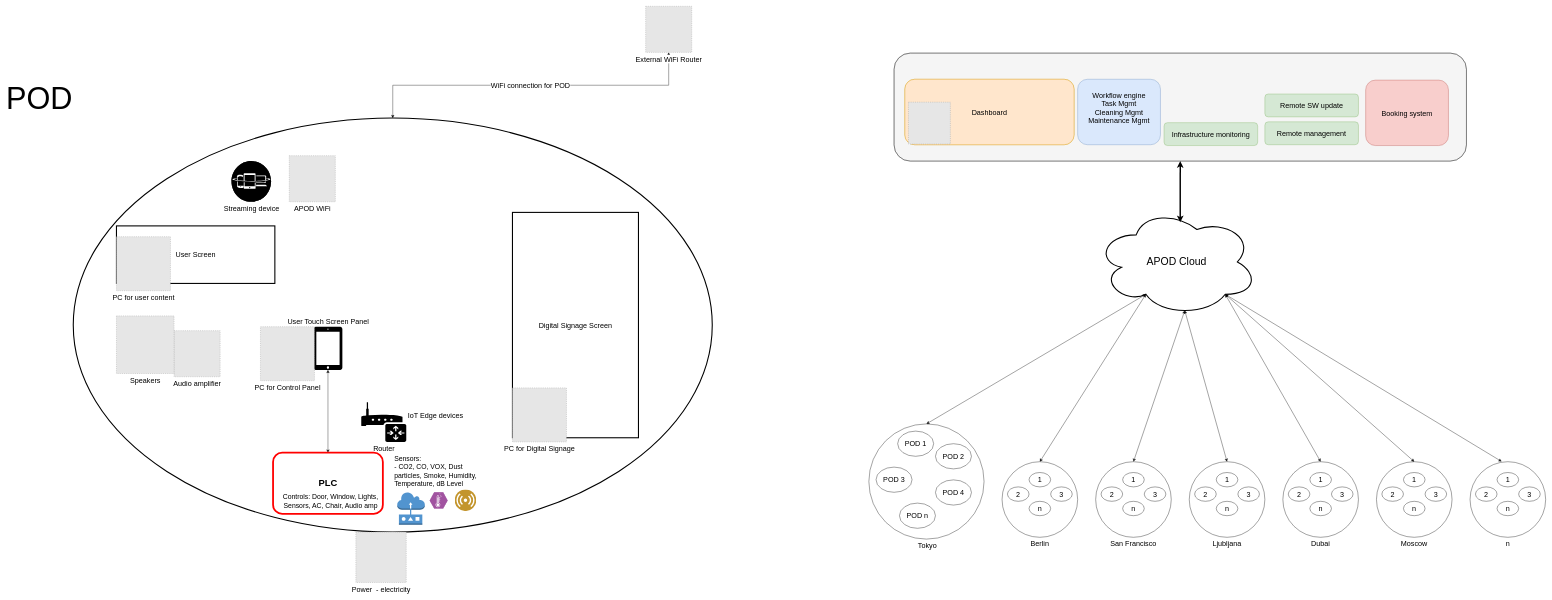
matevz-dev/Airpod keeps this draw.io diagram as AIRPOD_Diagram.drawio. Above is the earlier version. Source tidied: cells renumbered, new cells numbered last; positions are measured from the earlier drawing's top-left corner, leaving out a move shared by most shapes. Both pictures are drawn from the tidied source at 36%, with x=0, y=0 at pixel (73, 6). Pictures stored in the file or linked from it are replaced by grey dashed boxes.
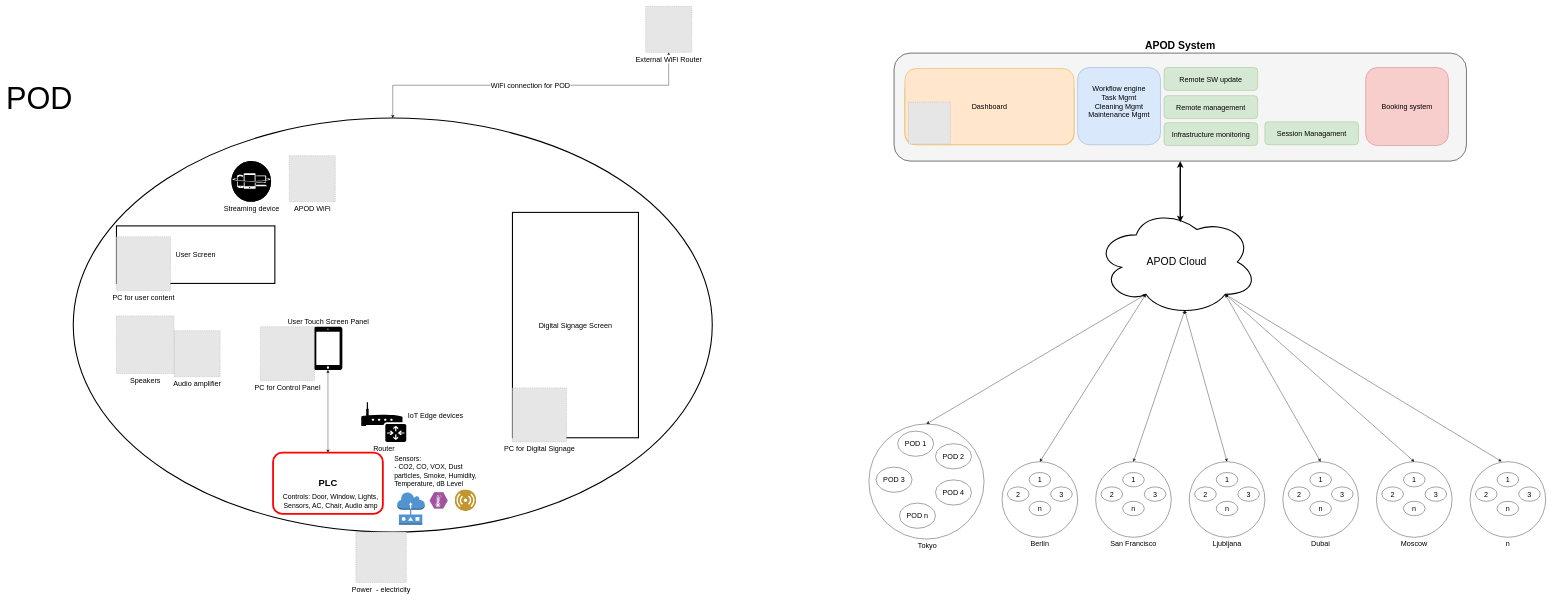
Above is the later version.

Unchanged cells that the change refers to:
```xml
<mxCell id="77" style="group;fillColor=#f5f5f5;strokeColor=#666666;fontColor=#333333;rounded=1;" parent="1" vertex="1">
  <mxGeometry x="2280" y="130" width="1590" height="300" as="geometry" />
</mxCell>
<mxCell id="79" style="group;rounded=1;fillColor=#ffe6cc;strokeColor=#d79b00;" parent="77" vertex="1">
  <mxGeometry x="30" y="72.7" width="470" height="181.8" as="geometry" />
</mxCell>
```

The edit, as a diff of the source:
```diff
@@
-    <mxCell id="78" style="rounded=1;whiteSpace=wrap;html=1;sketch=0;strokeColor=#000000;strokeWidth=1;fontSize=20;fontColor=#000000;align=center;fillColor=none;" parent="77" vertex="1">
+    <mxCell id="78" value="APOD System" style="rounded=1;whiteSpace=wrap;html=1;sketch=0;strokeColor=#000000;strokeWidth=1;fontSize=29;fontColor=#000000;align=center;fillColor=none;labelPosition=center;verticalLabelPosition=top;verticalAlign=bottom;fontStyle=1;" parent="77" vertex="1">
       <mxGeometry width="1590" height="300" as="geometry" />
     </mxCell>
@@
     <mxCell id="80" value="Dashboard" style="rounded=1;whiteSpace=wrap;html=1;sketch=0;strokeWidth=1;fontSize=20;align=center;fillColor=#ffe6cc;strokeColor=#d79b00;" parent="79" vertex="1">
-      <mxGeometry width="470" height="181.8" as="geometry" />
+      <mxGeometry y="-30" width="470" height="211.8" as="geometry" />
     </mxCell>
@@
     <mxCell id="82" value="Booking system" style="rounded=1;whiteSpace=wrap;html=1;sketch=0;strokeWidth=1;fontSize=20;align=center;fillColor=#f8cecc;strokeColor=#b85450;" parent="77" vertex="1">
-      <mxGeometry x="1310" y="75" width="230" height="181.8" as="geometry" />
+      <mxGeometry x="1310" y="40" width="230" height="216.8" as="geometry" />
     </mxCell>
     <mxCell id="83" value="Remote management" style="rounded=1;whiteSpace=wrap;html=1;sketch=0;strokeWidth=1;fontSize=20;align=center;fillColor=#d5e8d4;strokeColor=#82b366;" parent="77" vertex="1">
-      <mxGeometry x="1030" y="190.9" width="260" height="63.6" as="geometry" />
+      <mxGeometry x="750" y="118.2" width="260" height="63.6" as="geometry" />
     </mxCell>
     <mxCell id="84" value="&lt;div&gt;Workflow engine&lt;/div&gt;&lt;div&gt;Task Mgmt&lt;/div&gt;&lt;div&gt;Cleaning Mgmt&lt;/div&gt;&lt;div&gt;Maintenance Mgmt&lt;br&gt;&lt;/div&gt;&lt;div&gt;&lt;br&gt;&lt;/div&gt;" style="rounded=1;whiteSpace=wrap;html=1;sketch=0;strokeWidth=1;fontSize=20;align=center;fillColor=#dae8fc;strokeColor=#6c8ebf;" parent="77" vertex="1">
-      <mxGeometry x="510" y="72.7" width="230" height="181.8" as="geometry" />
+      <mxGeometry x="510" y="40" width="230" height="214.6" as="geometry" />
     </mxCell>
@@
     <mxCell id="86" value="Remote SW update" style="rounded=1;whiteSpace=wrap;html=1;sketch=0;strokeWidth=1;fontSize=20;align=center;fillColor=#d5e8d4;strokeColor=#82b366;" parent="77" vertex="1">
-      <mxGeometry x="1030" y="113.6" width="260" height="63.6" as="geometry" />
+      <mxGeometry x="750" y="40" width="260" height="63.6" as="geometry" />
     </mxCell>
+    <mxCell id="87" value="Session Managament" style="rounded=1;whiteSpace=wrap;html=1;sketch=0;strokeWidth=1;fontSize=20;align=center;fillColor=#d5e8d4;strokeColor=#82b366;" parent="77" vertex="1">
+      <mxGeometry x="1030" y="190.9" width="260" height="63.6" as="geometry" />
+    </mxCell>
```
